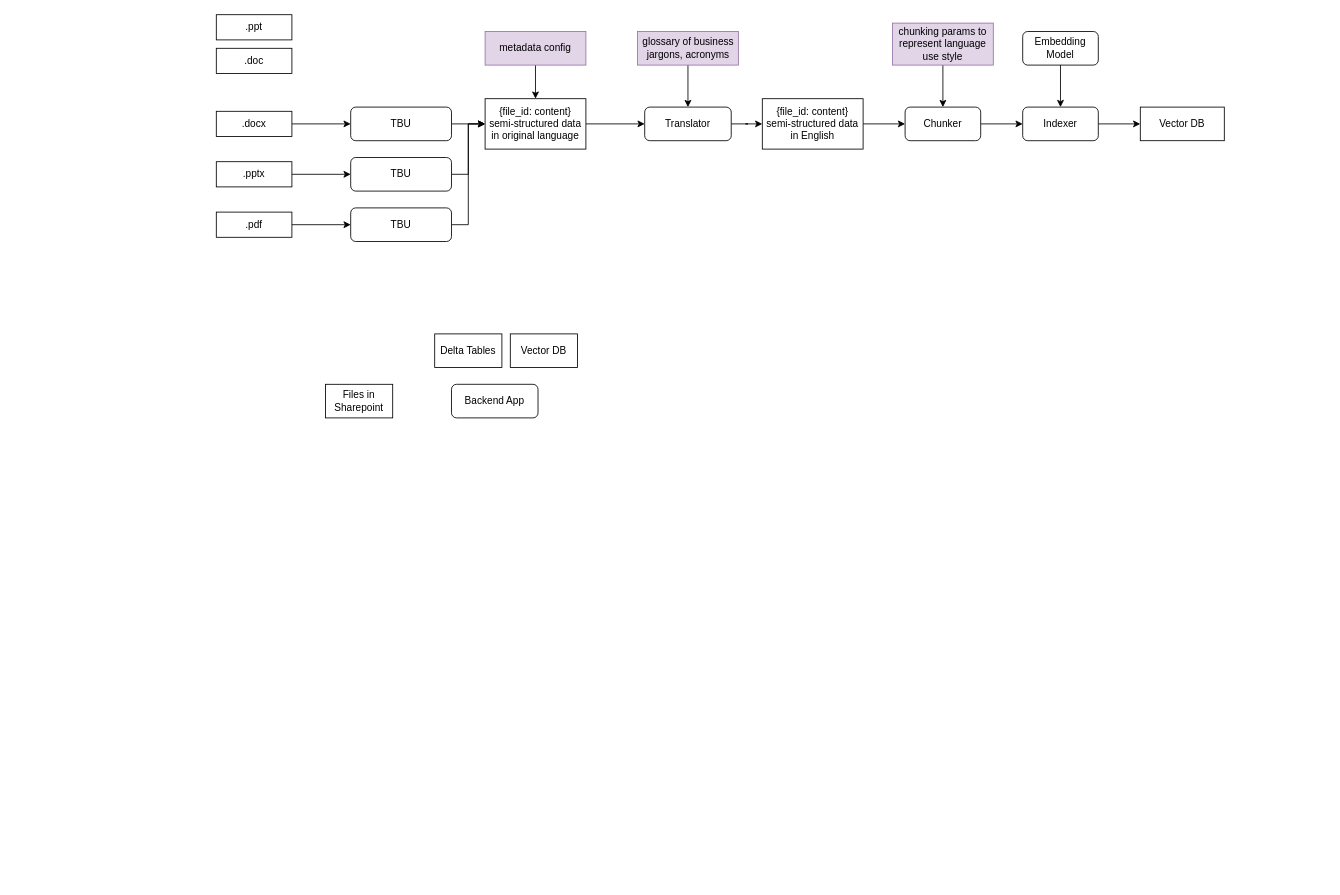
Earlier version of the draw.io diagram page "nea-safety-ie-classification" (1 of 3) of genai-classification.drawio (joshuavaple/draw-io). Source tidied: cells renumbered, new cells numbered last; positions are measured from the earlier drawing's top-left corner, leaving out a move shared by most shapes. Both pictures are drawn from the tidied source at 84%, with x=0, y=0 at pixel (216, 14).
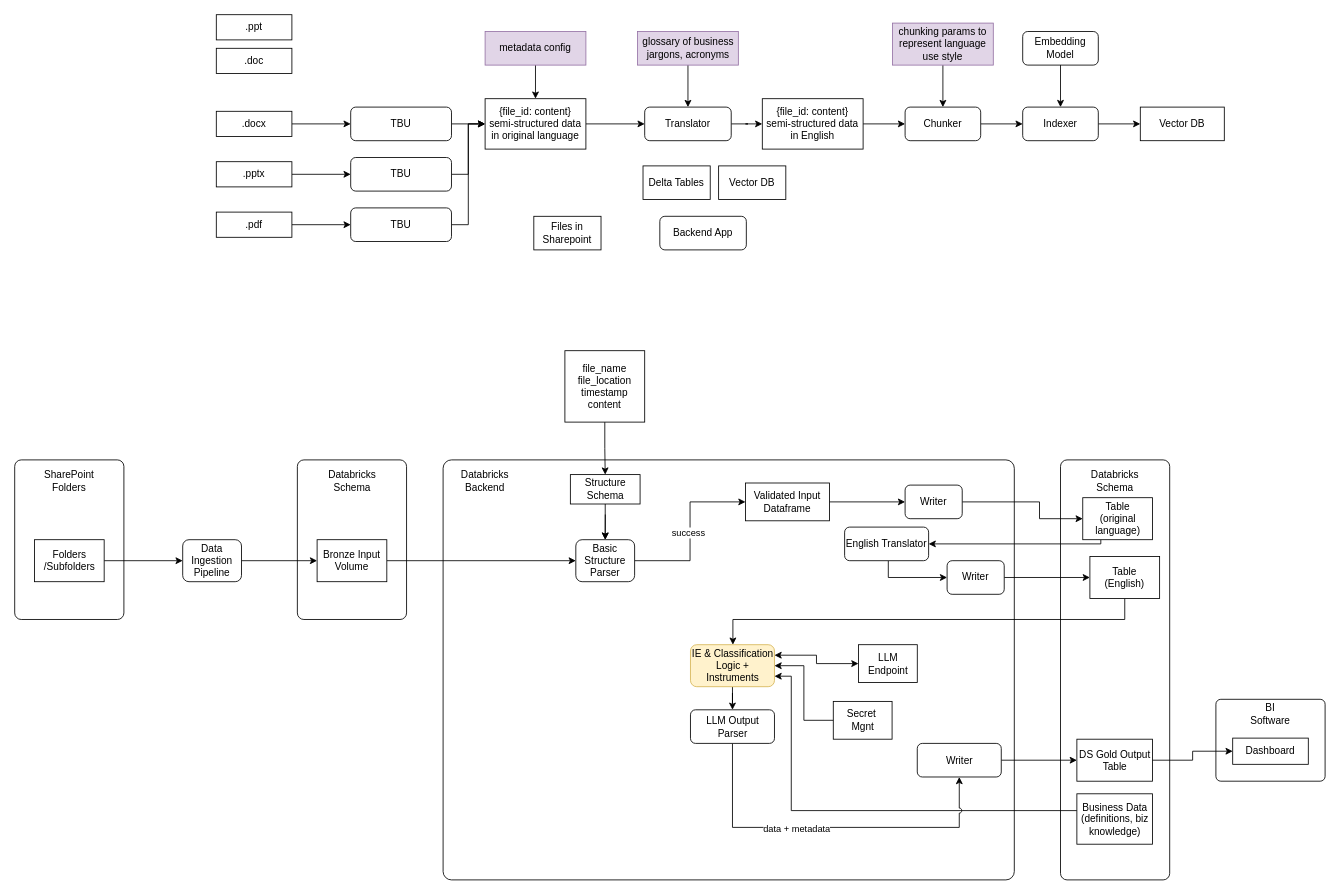
The same page after the edit.

What changed in the source:
```diff
@@
+    <mxCell id="39" style="rounded=1;whiteSpace=wrap;html=1;arcSize=6;" parent="1" vertex="1">
+      <mxGeometry x="96.5" y="530" width="130" height="190" as="geometry" />
+    </mxCell>
@@
     <mxCell id="35" value="Files in Sharepoint" style="rounded=0;whiteSpace=wrap;html=1;" parent="1" vertex="1">
-      <mxGeometry x="130" y="440" width="80" height="40" as="geometry" />
+      <mxGeometry x="378" y="240" width="80" height="40" as="geometry" />
     </mxCell>
     <mxCell id="36" value="Backend App" style="rounded=1;whiteSpace=wrap;html=1;" parent="1" vertex="1">
-      <mxGeometry x="280" y="440" width="103" height="40" as="geometry" />
+      <mxGeometry x="528" y="240" width="103" height="40" as="geometry" />
     </mxCell>
     <mxCell id="37" value="Delta Tables" style="rounded=0;whiteSpace=wrap;html=1;" parent="1" vertex="1">
-      <mxGeometry x="260" y="380" width="80" height="40" as="geometry" />
+      <mxGeometry x="508" y="180" width="80" height="40" as="geometry" />
     </mxCell>
     <mxCell id="38" value="Vector DB" style="rounded=0;whiteSpace=wrap;html=1;" parent="1" vertex="1">
-      <mxGeometry x="350" y="380" width="80" height="40" as="geometry" />
+      <mxGeometry x="598" y="180" width="80" height="40" as="geometry" />
     </mxCell>
+    <mxCell id="40" style="rounded=1;whiteSpace=wrap;html=1;arcSize=6;" parent="1" vertex="1">
+      <mxGeometry x="1005" y="530" width="130" height="500" as="geometry" />
+    </mxCell>
+    <mxCell id="41" style="rounded=1;whiteSpace=wrap;html=1;arcSize=2;" parent="1" vertex="1">
+      <mxGeometry x="270" y="530" width="680" height="500" as="geometry" />
+    </mxCell>
+    <mxCell id="42" style="edgeStyle=orthogonalEdgeStyle;rounded=0;jettySize=auto;html=1;entryX=0;entryY=0.5;entryDx=0;entryDy=0;" parent="1" edge="1" source="44" target="46">
+      <mxGeometry relative="1" as="geometry" />
+    </mxCell>
+    <mxCell id="43" value="success" style="edgeLabel;html=1;align=center;verticalAlign=middle;" parent="42" vertex="1">
+      <mxGeometry x="-0.11" relative="1" as="geometry">
+        <mxPoint x="-3" y="-10" as="offset" />
+      </mxGeometry>
+    </mxCell>
+    <mxCell id="44" value="Basic Structure Parser" style="rounded=1;whiteSpace=wrap;html=1;" parent="1" vertex="1">
+      <mxGeometry x="428" y="625" width="70" height="50" as="geometry" />
+    </mxCell>
+    <mxCell id="45" style="edgeStyle=orthogonalEdgeStyle;rounded=0;jettySize=auto;html=1;entryX=0;entryY=0.5;entryDx=0;entryDy=0;" parent="1" edge="1" source="46" target="59">
+      <mxGeometry relative="1" as="geometry" />
+    </mxCell>
+    <mxCell id="46" value="Validated Input Dataframe" style="rounded=0;whiteSpace=wrap;html=1;" parent="1" vertex="1">
+      <mxGeometry x="630" y="557.5" width="100" height="45" as="geometry" />
+    </mxCell>
+    <mxCell id="47" style="edgeStyle=orthogonalEdgeStyle;rounded=0;jettySize=auto;html=1;entryX=0.5;entryY=0;entryDx=0;entryDy=0;" parent="1" edge="1" target="44">
+      <mxGeometry relative="1" as="geometry">
+        <mxPoint x="463.1" y="595" as="sourcePoint" />
+      </mxGeometry>
+    </mxCell>
+    <mxCell id="48" value="LLM Endpoint" style="rounded=0;whiteSpace=wrap;html=1;" parent="1" vertex="1">
+      <mxGeometry x="764.5" y="750" width="70" height="45" as="geometry" />
+    </mxCell>
+    <mxCell id="49" value="Secret&amp;nbsp;&lt;div&gt;Mgnt&lt;/div&gt;" style="rounded=0;whiteSpace=wrap;html=1;" parent="1" vertex="1">
+      <mxGeometry x="734.5" y="817.5" width="70" height="45" as="geometry" />
+    </mxCell>
+    <mxCell id="50" style="edgeStyle=orthogonalEdgeStyle;rounded=0;jettySize=auto;html=1;entryX=0;entryY=0.5;entryDx=0;entryDy=0;startArrow=classic;startFill=1;exitX=1;exitY=0.25;exitDx=0;exitDy=0;" parent="1" edge="1" source="53" target="48">
+      <mxGeometry relative="1" as="geometry" />
+    </mxCell>
+    <mxCell id="51" style="edgeStyle=orthogonalEdgeStyle;rounded=0;jettySize=auto;html=1;entryX=0;entryY=0.5;entryDx=0;entryDy=0;startArrow=classic;startFill=1;endArrow=none;endFill=0;" parent="1" edge="1" source="53" target="49">
+      <mxGeometry relative="1" as="geometry" />
+    </mxCell>
+    <mxCell id="52" style="edgeStyle=orthogonalEdgeStyle;rounded=0;jettySize=auto;html=1;" parent="1" edge="1" source="53" target="62">
+      <mxGeometry relative="1" as="geometry" />
+    </mxCell>
+    <mxCell id="53" value="IE &amp;amp; Classification Logic + Instruments" style="rounded=1;whiteSpace=wrap;html=1;fillColor=#fff2cc;strokeColor=#d6b656;" parent="1" vertex="1">
+      <mxGeometry x="564.5" y="750" width="100" height="50" as="geometry" />
+    </mxCell>
+    <mxCell id="54" style="edgeStyle=orthogonalEdgeStyle;rounded=0;jettySize=auto;html=1;entryX=1;entryY=0.75;entryDx=0;entryDy=0;" parent="1" edge="1" source="55" target="53">
+      <mxGeometry relative="1" as="geometry">
+        <Array as="points">
+          <mxPoint x="684.5" y="947.5" />
+          <mxPoint x="684.5" y="787.5" />
+        </Array>
+      </mxGeometry>
+    </mxCell>
+    <mxCell id="55" value="Business Data&lt;div&gt;(definitions, biz knowledge)&lt;/div&gt;" style="rounded=0;whiteSpace=wrap;html=1;" parent="1" vertex="1">
+      <mxGeometry x="1024.5" y="927.5" width="90" height="60" as="geometry" />
+    </mxCell>
+    <mxCell id="56" style="edgeStyle=orthogonalEdgeStyle;rounded=0;jettySize=auto;html=1;entryX=1;entryY=0.5;entryDx=0;entryDy=0;" parent="1" edge="1" source="57" target="80">
+      <mxGeometry relative="1" as="geometry">
+        <Array as="points">
+          <mxPoint x="1053" y="630" />
+        </Array>
+      </mxGeometry>
+    </mxCell>
+    <mxCell id="57" value="Table&lt;div&gt;(original language)&lt;/div&gt;" style="rounded=0;whiteSpace=wrap;html=1;" parent="1" vertex="1">
+      <mxGeometry x="1031.5" y="575" width="83" height="50" as="geometry" />
+    </mxCell>
+    <mxCell id="58" style="edgeStyle=orthogonalEdgeStyle;rounded=0;jettySize=auto;html=1;entryX=0;entryY=0.5;entryDx=0;entryDy=0;exitX=1;exitY=0.5;exitDx=0;exitDy=0;" parent="1" edge="1" source="59" target="57">
+      <mxGeometry relative="1" as="geometry">
+        <Array as="points">
+          <mxPoint x="980" y="580" />
+          <mxPoint x="980" y="600" />
+        </Array>
+      </mxGeometry>
+    </mxCell>
+    <mxCell id="59" value="Writer" style="rounded=1;whiteSpace=wrap;html=1;" parent="1" vertex="1">
+      <mxGeometry x="820" y="560" width="68" height="40" as="geometry" />
+    </mxCell>
+    <mxCell id="60" style="edgeStyle=orthogonalEdgeStyle;rounded=0;jettySize=auto;html=1;jumpStyle=arc;entryX=0.5;entryY=1;entryDx=0;entryDy=0;" parent="1" edge="1" source="62" target="66">
+      <mxGeometry relative="1" as="geometry">
+        <Array as="points">
+          <mxPoint x="614.5" y="967.5" />
+          <mxPoint x="884.5" y="967.5" />
+        </Array>
+      </mxGeometry>
+    </mxCell>
+    <mxCell id="61" value="data + metadata" style="edgeLabel;html=1;align=center;verticalAlign=middle;" parent="60" vertex="1">
+      <mxGeometry x="-0.18" y="-2" relative="1" as="geometry" />
+    </mxCell>
+    <mxCell id="62" value="LLM Output Parser" style="rounded=1;whiteSpace=wrap;html=1;" parent="1" vertex="1">
+      <mxGeometry x="564.5" y="827.5" width="100" height="40" as="geometry" />
+    </mxCell>
+    <mxCell id="63" value="Databricks&lt;div&gt;Backend&lt;/div&gt;" style="text;html=1;align=center;verticalAlign=middle;whiteSpace=wrap;rounded=0;" parent="1" vertex="1">
+      <mxGeometry x="290" y="540" width="60" height="30" as="geometry" />
+    </mxCell>
+    <mxCell id="64" value="Databricks Schema" style="text;html=1;align=center;verticalAlign=middle;whiteSpace=wrap;rounded=0;" parent="1" vertex="1">
+      <mxGeometry x="1040" y="540" width="60" height="30" as="geometry" />
+    </mxCell>
+    <mxCell id="65" style="edgeStyle=orthogonalEdgeStyle;rounded=0;jettySize=auto;html=1;entryX=0;entryY=0.5;entryDx=0;entryDy=0;" parent="1" edge="1" source="66" target="67">
+      <mxGeometry relative="1" as="geometry" />
+    </mxCell>
+    <mxCell id="66" value="Writer" style="rounded=1;whiteSpace=wrap;html=1;" parent="1" vertex="1">
+      <mxGeometry x="834.5" y="867.5" width="100" height="40" as="geometry" />
+    </mxCell>
+    <mxCell id="67" value="DS Gold Output Table" style="rounded=0;whiteSpace=wrap;html=1;" parent="1" vertex="1">
+      <mxGeometry x="1024.5" y="862.5" width="90" height="50" as="geometry" />
+    </mxCell>
+    <mxCell id="68" style="edgeStyle=orthogonalEdgeStyle;rounded=0;jettySize=auto;html=1;entryX=0;entryY=0.5;entryDx=0;entryDy=0;" parent="1" edge="1" source="69" target="44">
+      <mxGeometry relative="1" as="geometry" />
+    </mxCell>
+    <mxCell id="69" value="Bronze Input Volume" style="rounded=0;whiteSpace=wrap;html=1;" parent="1" vertex="1">
+      <mxGeometry x="120" y="625" width="83" height="50" as="geometry" />
+    </mxCell>
+    <mxCell id="70" value="Databricks Schema" style="text;html=1;align=center;verticalAlign=middle;whiteSpace=wrap;rounded=0;" parent="1" vertex="1">
+      <mxGeometry x="131.5" y="540" width="60" height="30" as="geometry" />
+    </mxCell>
+    <mxCell id="71" style="rounded=1;whiteSpace=wrap;html=1;arcSize=6;" parent="1" vertex="1">
+      <mxGeometry x="-240" y="530" width="130" height="190" as="geometry" />
+    </mxCell>
+    <mxCell id="72" value="SharePoint Folders" style="text;html=1;align=center;verticalAlign=middle;whiteSpace=wrap;rounded=0;" parent="1" vertex="1">
+      <mxGeometry x="-205" y="540" width="60" height="30" as="geometry" />
+    </mxCell>
+    <mxCell id="73" style="edgeStyle=orthogonalEdgeStyle;rounded=0;jettySize=auto;html=1;" parent="1" edge="1" source="74" target="86">
+      <mxGeometry relative="1" as="geometry" />
+    </mxCell>
+    <mxCell id="74" value="Folders&lt;div&gt;/Subfolders&lt;/div&gt;" style="rounded=0;whiteSpace=wrap;html=1;" parent="1" vertex="1">
+      <mxGeometry x="-216.5" y="625" width="83" height="50" as="geometry" />
+    </mxCell>
+    <mxCell id="75" style="edgeStyle=orthogonalEdgeStyle;rounded=0;jettySize=auto;html=1;" parent="1" edge="1" source="76" target="44">
+      <mxGeometry relative="1" as="geometry" />
+    </mxCell>
+    <mxCell id="76" value="Structure Schema" style="rounded=0;whiteSpace=wrap;html=1;" parent="1" vertex="1">
+      <mxGeometry x="421.5" y="547.5" width="83" height="35" as="geometry" />
+    </mxCell>
+    <mxCell id="77" style="edgeStyle=orthogonalEdgeStyle;rounded=0;jettySize=auto;html=1;entryX=0.5;entryY=0;entryDx=0;entryDy=0;" parent="1" edge="1" source="78" target="76">
+      <mxGeometry relative="1" as="geometry" />
+    </mxCell>
+    <mxCell id="78" value="file_name&lt;div&gt;file_location&lt;br&gt;&lt;div&gt;timestamp&lt;/div&gt;&lt;div&gt;content&lt;/div&gt;&lt;/div&gt;" style="rounded=0;whiteSpace=wrap;html=1;" parent="1" vertex="1">
+      <mxGeometry x="415" y="400" width="95" height="85" as="geometry" />
+    </mxCell>
+    <mxCell id="79" style="edgeStyle=orthogonalEdgeStyle;rounded=0;jettySize=auto;html=1;entryX=0;entryY=0.5;entryDx=0;entryDy=0;" parent="1" edge="1" source="80" target="84">
+      <mxGeometry relative="1" as="geometry">
+        <Array as="points">
+          <mxPoint x="800" y="670" />
+        </Array>
+      </mxGeometry>
+    </mxCell>
+    <mxCell id="80" value="English Translator" style="rounded=1;whiteSpace=wrap;html=1;" parent="1" vertex="1">
+      <mxGeometry x="748" y="610" width="100" height="40" as="geometry" />
+    </mxCell>
+    <mxCell id="81" style="edgeStyle=orthogonalEdgeStyle;rounded=0;jettySize=auto;html=1;" parent="1" edge="1" source="82" target="53">
+      <mxGeometry relative="1" as="geometry">
+        <Array as="points">
+          <mxPoint x="1082" y="720" />
+          <mxPoint x="615" y="720" />
+        </Array>
+      </mxGeometry>
+    </mxCell>
+    <mxCell id="82" value="Table&lt;div&gt;(English)&lt;/div&gt;" style="rounded=0;whiteSpace=wrap;html=1;" parent="1" vertex="1">
+      <mxGeometry x="1040" y="645" width="83" height="50" as="geometry" />
+    </mxCell>
+    <mxCell id="83" style="edgeStyle=orthogonalEdgeStyle;rounded=0;jettySize=auto;html=1;entryX=0;entryY=0.5;entryDx=0;entryDy=0;" parent="1" edge="1" source="84" target="82">
+      <mxGeometry relative="1" as="geometry" />
+    </mxCell>
+    <mxCell id="84" value="Writer" style="rounded=1;whiteSpace=wrap;html=1;" parent="1" vertex="1">
+      <mxGeometry x="870" y="650" width="68" height="40" as="geometry" />
+    </mxCell>
+    <mxCell id="85" style="edgeStyle=orthogonalEdgeStyle;rounded=0;jettySize=auto;html=1;entryX=0;entryY=0.5;entryDx=0;entryDy=0;" parent="1" edge="1" source="86" target="69">
+      <mxGeometry relative="1" as="geometry" />
+    </mxCell>
+    <mxCell id="86" value="Data Ingestion Pipeline" style="rounded=1;whiteSpace=wrap;html=1;" parent="1" vertex="1">
+      <mxGeometry x="-40" y="625" width="70" height="50" as="geometry" />
+    </mxCell>
+    <mxCell id="87" style="rounded=1;whiteSpace=wrap;html=1;arcSize=6;" parent="1" vertex="1">
+      <mxGeometry x="1190" y="815" width="130" height="97.5" as="geometry" />
+    </mxCell>
+    <mxCell id="88" value="Dashboard" style="rounded=0;whiteSpace=wrap;html=1;" parent="1" vertex="1">
+      <mxGeometry x="1210" y="861.2" width="90" height="31.2" as="geometry" />
+    </mxCell>
+    <mxCell id="89" value="BI Software" style="text;html=1;align=center;verticalAlign=middle;whiteSpace=wrap;rounded=0;" parent="1" vertex="1">
+      <mxGeometry x="1225" y="817.5" width="60" height="30" as="geometry" />
+    </mxCell>
+    <mxCell id="90" style="edgeStyle=orthogonalEdgeStyle;rounded=0;jettySize=auto;html=1;entryX=0;entryY=0.5;entryDx=0;entryDy=0;" parent="1" edge="1" source="67" target="88">
+      <mxGeometry relative="1" as="geometry" />
+    </mxCell>
```
